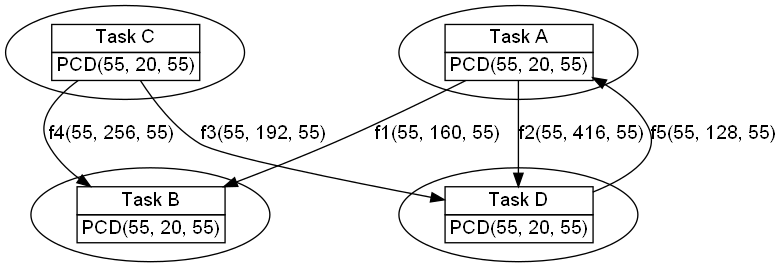
The Graphviz diagram dot/synthetic-flow-A.png in andersondomingues/orca-rt-tools, before a commit. Its source is kept beside it as dot/synthetic-flow-A.dot.
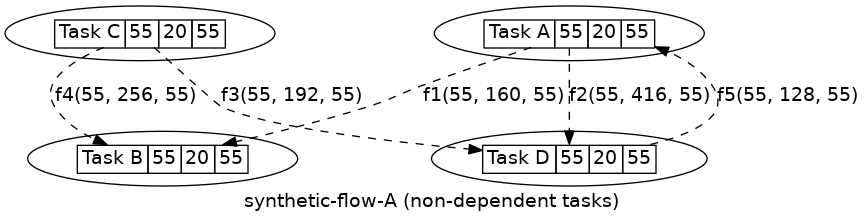
Later version of the same file.

Change to the diagram source:
```diff
@@ -1,39 +1,35 @@
 digraph D {
-	graph [fontname = "helvetica"];
+	graph [fontname = "helvetica", label = "synthetic-flow-A (non-dependent tasks)"];
 	node [fontname = "helvetica"];
 	edge [fontname = "helvetica"];
 
 	0 [ label=<
 	<table port="A" border="0" cellborder="1" cellspacing="0">
-		<tr><td>Task A</td></tr>
-		<tr><td>PCD(55, 20, 55)</td></tr>
+		<tr><td>Task A</td><td>55</td><td>20</td><td>55</td></tr>
     </table>
 	>, fillcolor = "red"];
 
 	1 [ label=<
 	<table port="B" border="0" cellborder="1" cellspacing="0">
-		<tr><td>Task B</td></tr>
-		<tr><td>PCD(55, 20, 55)</td></tr>
+		<tr><td>Task B</td><td>55</td><td>20</td><td>55</td></tr>
     </table>
 	>];
 
 	2 [ label=<
 	<table port="C" border="0" cellborder="1" cellspacing="0">
-		<tr><td>Task C</td></tr>
-		<tr><td>PCD(55, 20, 55)</td></tr>
+		<tr><td>Task C</td><td>55</td><td>20</td><td>55</td></tr>
     </table>
 	>];
 
 	3 [ label=<
 	<table port="D" border="0" cellborder="1" cellspacing="0">
-		<tr><td>Task D</td></tr>
-		<tr><td>PCD(55, 20, 55)</td></tr>
+		<tr><td>Task D</td><td>55</td><td>20</td><td>55</td></tr>
     </table>
 	>];
 
-	0:A -> 1:B [ label = "f1(55, 160, 55)"];
-	0:A -> 3:D [ label = "f2(55, 416, 55)"];
-	2:C -> 3:D [ label = "f3(55, 192, 55)"];
-	2:C -> 1:B [ label = "f4(55, 256, 55)"];
-	3:D -> 0:A [ label = "f5(55, 128, 55)"];
+	0:A -> 1:B [ label = "f1(55, 160, 55)", style=dashed ];
+	0:A -> 3:D [ label = "f2(55, 416, 55)", style=dashed ];
+	2:C -> 3:D [ label = "f3(55, 192, 55)", style=dashed ];
+	2:C -> 1:B [ label = "f4(55, 256, 55)", style=dashed ];
+	3:D -> 0:A [ label = "f5(55, 128, 55)", style=dashed ];
 }
```
